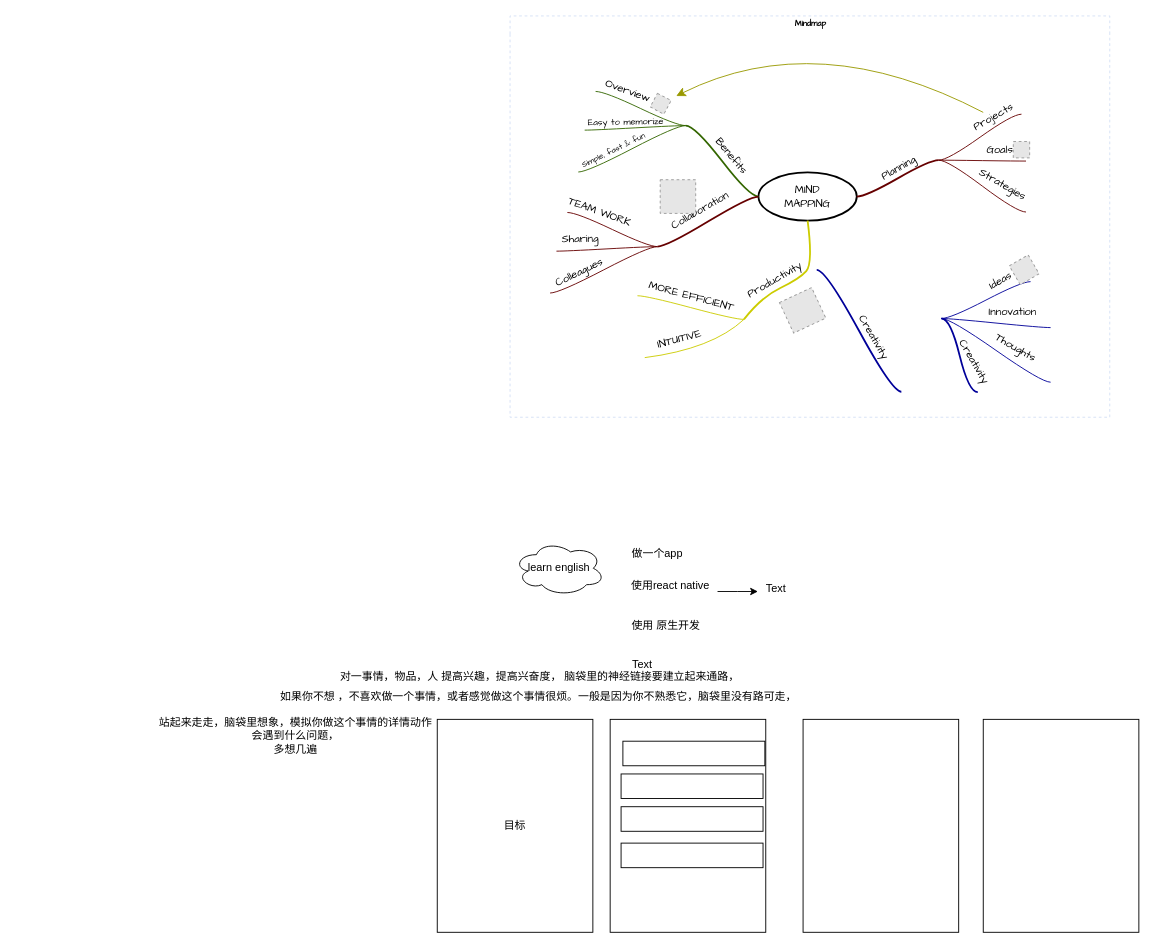
This is Untitled Diagram.drawio from China-li-bai/draw, a draw.io file, before an edit. Source tidied: cells renumbered, new cells numbered last; positions are measured from the earlier drawing's top-left corner, leaving out a move shared by most shapes. Both pictures are drawn from the tidied source at 91%, with x=0, y=0 at pixel (150, 15). Pictures stored in the file or linked from it are replaced by grey dashed boxes.
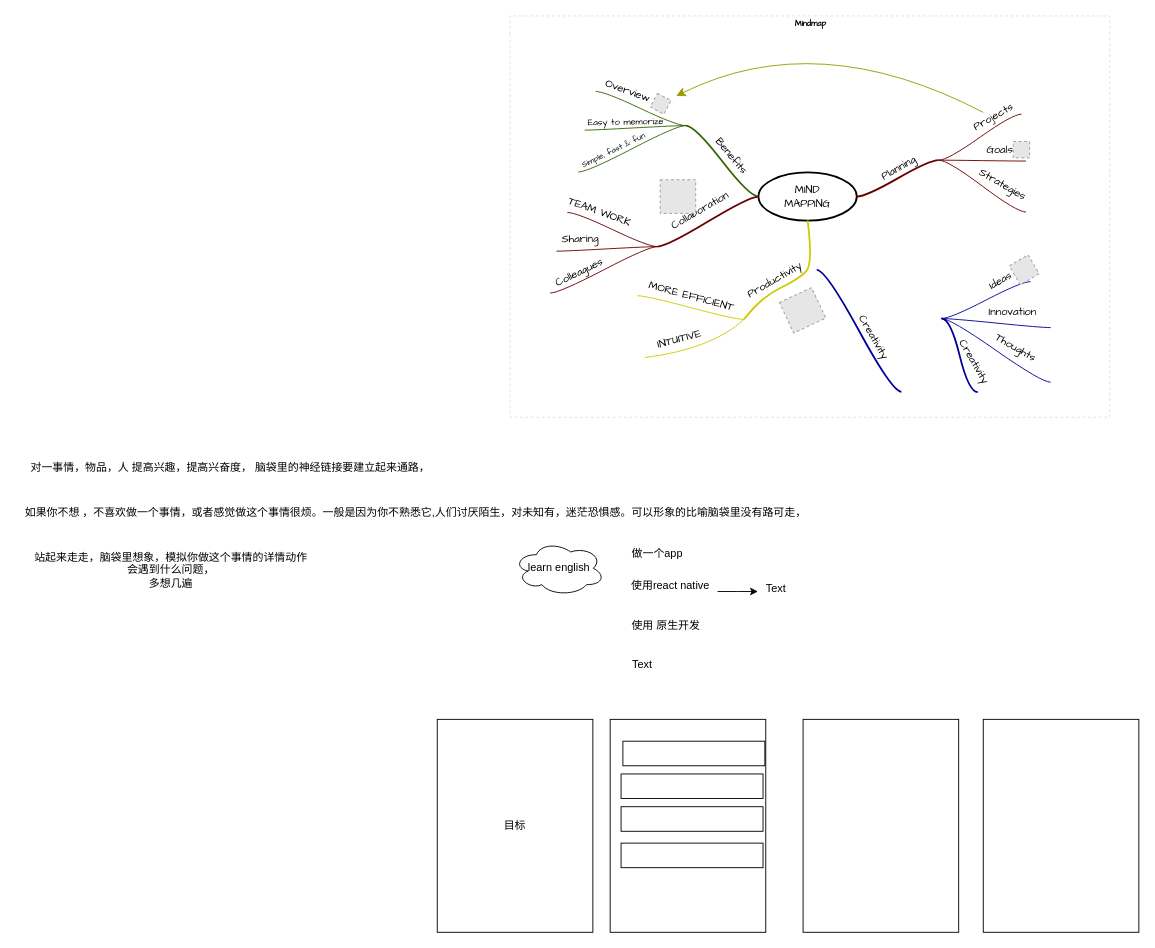
After the change.

What changed in the source:
```diff
@@
     <mxCell id="90" value="对一事情，物品，人 提高兴趣，提高兴奋度， 脑袋里的神经链接要建立起来通路，&amp;nbsp;&lt;div&gt;&lt;br&gt;&lt;/div&gt;" style="text;html=1;align=center;verticalAlign=middle;strokeColor=none;fillColor=none;" parent="1" vertex="1">
-      <mxGeometry x="199" y="712" width="460" height="41" as="geometry" />
+      <mxGeometry x="-141" y="483" width="460" height="41" as="geometry" />
     </mxCell>
-    <mxCell id="91" value="如果你不想 ，不喜欢做一个事情，或者感觉做这个事情很烦。一般是因为你不熟悉它，脑袋里没有路可走，&lt;div&gt;&lt;br&gt;&lt;/div&gt;" style="text;html=1;align=center;verticalAlign=middle;strokeColor=none;fillColor=none;" parent="1" vertex="1">
-      <mxGeometry x="133" y="734" width="585" height="41" as="geometry" />
+    <mxCell id="91" value="如果你不想 ，不喜欢做一个事情，或者感觉做这个事情很烦。一般是因为你不熟悉它,人们讨厌陌生，对未知有，迷茫恐惧感。可以形象的比喻脑袋里没有路可走，&lt;div&gt;&lt;br&gt;&lt;/div&gt;" style="text;html=1;align=center;verticalAlign=middle;strokeColor=none;fillColor=none;" parent="1" vertex="1">
+      <mxGeometry x="-148" y="532" width="877" height="41" as="geometry" />
     </mxCell>
     <mxCell id="92" value="站起来走走，脑袋里想象，模拟你做这个事情的详情动作&lt;div&gt;会遇到什么问题，&lt;/div&gt;&lt;div&gt;多想几遍&lt;/div&gt;&lt;div&gt;&lt;br&gt;&lt;/div&gt;" style="text;html=1;align=center;verticalAlign=middle;strokeColor=none;fillColor=none;" parent="1" vertex="1">
-      <mxGeometry y="763" width="318" height="70" as="geometry" />
+      <mxGeometry x="-137" y="581" width="318" height="70" as="geometry" />
     </mxCell>
```
